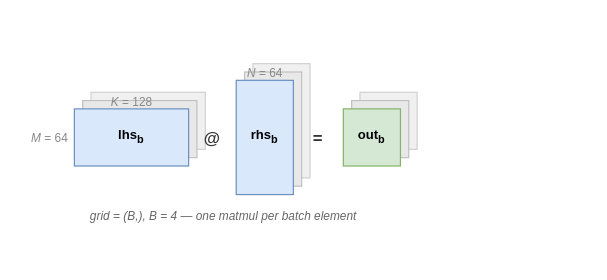
The draw.io diagram images/basics-puzzle10.drawio in vorushin/pallas_puzzles, before the edit. Source tidied: cells renumbered, new cells numbered last; positions are measured from the earlier drawing's top-left corner, leaving out a move shared by most shapes. Both pictures are drawn from the tidied source at 119%, with x=0, y=0 at pixel (24, 58).
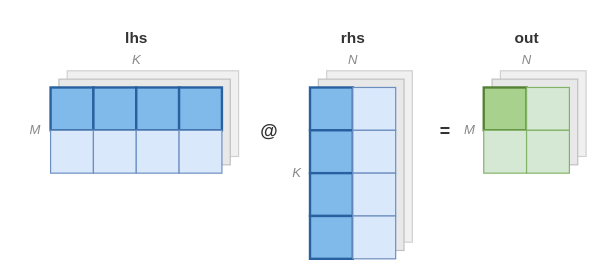
The same diagram, later.

Commit message (it also covers changes not shown here):
basics diagrams: redesign Puzzles 4, 5, 10 with proportional tiles

What changed in the source:
```diff
@@
-    <mxCell id="2" style="rounded=0;fillColor=#f0f0f0;strokeColor=#d0d0d0;" parent="1" vertex="1">
-      <mxGeometry x="56" y="28" width="96" height="48" as="geometry" />
+    <mxCell id="2" value="&lt;b&gt;lhs&lt;/b&gt;" style="text;fontSize=13;fontColor=#333333;align=center;html=1;" parent="1" vertex="1">
+      <mxGeometry x="22" y="-32" width="144" height="20" as="geometry" />
     </mxCell>
-    <mxCell id="3" style="rounded=0;fillColor=#f0f0f0;strokeColor=#d0d0d0;" parent="1" vertex="1">
-      <mxGeometry x="192" y="4" width="48" height="96" as="geometry" />
+    <mxCell id="3" value="&lt;b&gt;rhs&lt;/b&gt;" style="text;fontSize=13;fontColor=#333333;align=center;html=1;" parent="1" vertex="1">
+      <mxGeometry x="240" y="-32" width="72" height="20" as="geometry" />
     </mxCell>
-    <mxCell id="4" style="rounded=0;fillColor=#f0f0f0;strokeColor=#d0d0d0;" parent="1" vertex="1">
-      <mxGeometry x="282" y="28" width="48" height="48" as="geometry" />
+    <mxCell id="4" value="&lt;b&gt;out&lt;/b&gt;" style="text;fontSize=13;fontColor=#333333;align=center;html=1;" parent="1" vertex="1">
+      <mxGeometry x="386" y="-32" width="72" height="20" as="geometry" />
     </mxCell>
-    <mxCell id="5" style="rounded=0;fillColor=#e8e8e8;strokeColor=#c0c0c0;" parent="1" vertex="1">
-      <mxGeometry x="49" y="35" width="96" height="48" as="geometry" />
+    <mxCell id="5" value="&lt;i&gt;K&lt;/i&gt;" style="text;fontSize=11;fontColor=#888888;align=center;html=1;" parent="1" vertex="1">
+      <mxGeometry x="22" y="-12" width="144" height="14" as="geometry" />
     </mxCell>
-    <mxCell id="6" style="rounded=0;fillColor=#e8e8e8;strokeColor=#c0c0c0;" parent="1" vertex="1">
-      <mxGeometry x="185" y="11" width="48" height="96" as="geometry" />
+    <mxCell id="6" value="&lt;i&gt;N&lt;/i&gt;" style="text;fontSize=11;fontColor=#888888;align=center;html=1;" parent="1" vertex="1">
+      <mxGeometry x="240" y="-12" width="72" height="14" as="geometry" />
     </mxCell>
-    <mxCell id="7" style="rounded=0;fillColor=#e8e8e8;strokeColor=#c0c0c0;" parent="1" vertex="1">
-      <mxGeometry x="275" y="35" width="48" height="48" as="geometry" />
+    <mxCell id="7" value="&lt;i&gt;N&lt;/i&gt;" style="text;fontSize=11;fontColor=#888888;align=center;html=1;" parent="1" vertex="1">
+      <mxGeometry x="386" y="-12" width="72" height="14" as="geometry" />
     </mxCell>
-    <mxCell id="8" value="lhs&lt;sub&gt;b&lt;/sub&gt;" style="rounded=0;whiteSpace=wrap;fillColor=#dae8fc;strokeColor=#6c8ebf;fontSize=11;fontStyle=1;html=1;" parent="1" vertex="1">
-      <mxGeometry x="42" y="42" width="96" height="48" as="geometry" />
-    </mxCell>
-    <mxCell id="9" value="rhs&lt;sub&gt;b&lt;/sub&gt;" style="rounded=0;whiteSpace=wrap;fillColor=#dae8fc;strokeColor=#6c8ebf;fontSize=11;fontStyle=1;html=1;" parent="1" vertex="1">
-      <mxGeometry x="178" y="18" width="48" height="96" as="geometry" />
-    </mxCell>
-    <mxCell id="10" value="out&lt;sub&gt;b&lt;/sub&gt;" style="rounded=0;whiteSpace=wrap;fillColor=#d5e8d4;strokeColor=#82b366;fontSize=11;fontStyle=1;html=1;" parent="1" vertex="1">
-      <mxGeometry x="268" y="42" width="48" height="48" as="geometry" />
-    </mxCell>
+    <mxCell id="17" value="&lt;i&gt;M&lt;/i&gt;" style="text;fontSize=11;fontColor=#888888;align=right;verticalAlign=middle;html=1;" parent="1" vertex="1">
+      <mxGeometry x="-3" y="24" width="18" height="72" as="geometry" />
+    </mxCell>
+    <mxCell id="18" value="&lt;i&gt;K&lt;/i&gt;" style="text;fontSize=11;fontColor=#888888;align=right;verticalAlign=middle;html=1;" parent="1" vertex="1">
+      <mxGeometry x="216" y="24" width="18" height="144" as="geometry" />
+    </mxCell>
+    <mxCell id="19" value="&lt;i&gt;M&lt;/i&gt;" style="text;fontSize=11;fontColor=#888888;align=right;verticalAlign=middle;html=1;" parent="1" vertex="1">
+      <mxGeometry x="362" y="24" width="18" height="72" as="geometry" />
+    </mxCell>
+    <mxCell id="20" style="rounded=0;fillColor=#f0f0f0;strokeColor=#d0d0d0;" parent="1" vertex="1">
+      <mxGeometry x="36" y="10" width="144" height="72" as="geometry" />
+    </mxCell>
+    <mxCell id="21" style="rounded=0;fillColor=#f0f0f0;strokeColor=#d0d0d0;" parent="1" vertex="1">
+      <mxGeometry x="254" y="10" width="72" height="144" as="geometry" />
+    </mxCell>
+    <mxCell id="22" style="rounded=0;fillColor=#f0f0f0;strokeColor=#d0d0d0;" parent="1" vertex="1">
+      <mxGeometry x="400" y="10" width="72" height="72" as="geometry" />
+    </mxCell>
+    <mxCell id="23" style="rounded=0;fillColor=#e8e8e8;strokeColor=#c0c0c0;" parent="1" vertex="1">
+      <mxGeometry x="29" y="17" width="144" height="72" as="geometry" />
+    </mxCell>
+    <mxCell id="24" style="rounded=0;fillColor=#e8e8e8;strokeColor=#c0c0c0;" parent="1" vertex="1">
+      <mxGeometry x="247" y="17" width="72" height="144" as="geometry" />
+    </mxCell>
+    <mxCell id="25" style="rounded=0;fillColor=#e8e8e8;strokeColor=#c0c0c0;" parent="1" vertex="1">
+      <mxGeometry x="393" y="17" width="72" height="72" as="geometry" />
+    </mxCell>
+    <mxCell id="26" style="rounded=0;fillColor=#7fbaeb;strokeColor=#2860a0;strokeWidth=2;" parent="1" vertex="1">
+      <mxGeometry x="22" y="24" width="36" height="36" as="geometry" />
+    </mxCell>
+    <mxCell id="27" style="rounded=0;fillColor=#7fbaeb;strokeColor=#2860a0;strokeWidth=2;" parent="1" vertex="1">
+      <mxGeometry x="58" y="24" width="36" height="36" as="geometry" />
+    </mxCell>
+    <mxCell id="28" style="rounded=0;fillColor=#7fbaeb;strokeColor=#2860a0;strokeWidth=2;" parent="1" vertex="1">
+      <mxGeometry x="94" y="24" width="36" height="36" as="geometry" />
+    </mxCell>
+    <mxCell id="29" style="rounded=0;fillColor=#7fbaeb;strokeColor=#2860a0;strokeWidth=2;" parent="1" vertex="1">
+      <mxGeometry x="130" y="24" width="36" height="36" as="geometry" />
+    </mxCell>
+    <mxCell id="30" style="rounded=0;fillColor=#dae8fc;strokeColor=#6c8ebf;" parent="1" vertex="1">
+      <mxGeometry x="22" y="60" width="36" height="36" as="geometry" />
+    </mxCell>
+    <mxCell id="31" style="rounded=0;fillColor=#dae8fc;strokeColor=#6c8ebf;" parent="1" vertex="1">
+      <mxGeometry x="58" y="60" width="36" height="36" as="geometry" />
+    </mxCell>
+    <mxCell id="32" style="rounded=0;fillColor=#dae8fc;strokeColor=#6c8ebf;" parent="1" vertex="1">
+      <mxGeometry x="94" y="60" width="36" height="36" as="geometry" />
+    </mxCell>
+    <mxCell id="33" style="rounded=0;fillColor=#dae8fc;strokeColor=#6c8ebf;" parent="1" vertex="1">
+      <mxGeometry x="130" y="60" width="36" height="36" as="geometry" />
+    </mxCell>
+    <mxCell id="34" style="rounded=0;fillColor=#7fbaeb;strokeColor=#2860a0;strokeWidth=2;" parent="1" vertex="1">
+      <mxGeometry x="240" y="24" width="36" height="36" as="geometry" />
+    </mxCell>
+    <mxCell id="35" style="rounded=0;fillColor=#7fbaeb;strokeColor=#2860a0;strokeWidth=2;" parent="1" vertex="1">
+      <mxGeometry x="240" y="60" width="36" height="36" as="geometry" />
+    </mxCell>
+    <mxCell id="36" style="rounded=0;fillColor=#7fbaeb;strokeColor=#2860a0;strokeWidth=2;" parent="1" vertex="1">
+      <mxGeometry x="240" y="96" width="36" height="36" as="geometry" />
+    </mxCell>
+    <mxCell id="37" style="rounded=0;fillColor=#7fbaeb;strokeColor=#2860a0;strokeWidth=2;" parent="1" vertex="1">
+      <mxGeometry x="240" y="132" width="36" height="36" as="geometry" />
+    </mxCell>
+    <mxCell id="38" style="rounded=0;fillColor=#dae8fc;strokeColor=#6c8ebf;" parent="1" vertex="1">
+      <mxGeometry x="276" y="24" width="36" height="36" as="geometry" />
+    </mxCell>
+    <mxCell id="39" style="rounded=0;fillColor=#dae8fc;strokeColor=#6c8ebf;" parent="1" vertex="1">
+      <mxGeometry x="276" y="60" width="36" height="36" as="geometry" />
+    </mxCell>
+    <mxCell id="40" style="rounded=0;fillColor=#dae8fc;strokeColor=#6c8ebf;" parent="1" vertex="1">
+      <mxGeometry x="276" y="96" width="36" height="36" as="geometry" />
+    </mxCell>
+    <mxCell id="41" style="rounded=0;fillColor=#dae8fc;strokeColor=#6c8ebf;" parent="1" vertex="1">
+      <mxGeometry x="276" y="132" width="36" height="36" as="geometry" />
+    </mxCell>
+    <mxCell id="42" style="rounded=0;fillColor=#a9d18e;strokeColor=#548235;strokeWidth=2;" parent="1" vertex="1">
+      <mxGeometry x="386" y="24" width="36" height="36" as="geometry" />
+    </mxCell>
+    <mxCell id="43" style="rounded=0;fillColor=#d5e8d4;strokeColor=#82b366;" parent="1" vertex="1">
+      <mxGeometry x="422" y="24" width="36" height="36" as="geometry" />
+    </mxCell>
+    <mxCell id="44" style="rounded=0;fillColor=#d5e8d4;strokeColor=#82b366;" parent="1" vertex="1">
+      <mxGeometry x="386" y="60" width="36" height="36" as="geometry" />
+    </mxCell>
+    <mxCell id="45" style="rounded=0;fillColor=#d5e8d4;strokeColor=#82b366;" parent="1" vertex="1">
+      <mxGeometry x="422" y="60" width="36" height="36" as="geometry" />
+    </mxCell>
-    <mxCell id="11" value="@" style="text;fontSize=14;fontColor=#333333;align=center;verticalAlign=middle;fontStyle=1;" parent="1" vertex="1">
-      <mxGeometry x="146" y="54" width="24" height="24" as="geometry" />
+    <mxCell id="11" value="@" style="text;fontSize=15;fontColor=#333333;align=center;verticalAlign=middle;fontStyle=1;" parent="1" vertex="1">
+      <mxGeometry x="194" y="48" width="24" height="24" as="geometry" />
     </mxCell>
-    <mxCell id="12" value="=" style="text;fontSize=14;fontColor=#333333;align=center;verticalAlign=middle;fontStyle=1;" parent="1" vertex="1">
-      <mxGeometry x="235" y="54" width="24" height="24" as="geometry" />
+    <mxCell id="12" value="=" style="text;fontSize=15;fontColor=#333333;align=center;verticalAlign=middle;fontStyle=1;" parent="1" vertex="1">
+      <mxGeometry x="342" y="48" width="24" height="24" as="geometry" />
     </mxCell>
-    <mxCell id="13" value="&lt;i&gt;K&lt;/i&gt; = 128" style="text;fontSize=10;fontColor=#888888;align=center;html=1;" parent="1" vertex="1">
-      <mxGeometry x="42" y="24" width="96" height="16" as="geometry" />
-    </mxCell>
-    <mxCell id="14" value="&lt;i&gt;M&lt;/i&gt; = 64" style="text;fontSize=10;fontColor=#888888;align=right;verticalAlign=middle;html=1;" parent="1" vertex="1">
-      <mxGeometry y="42" width="38" height="48" as="geometry" />
-    </mxCell>
-    <mxCell id="15" value="&lt;i&gt;N&lt;/i&gt; = 64" style="text;fontSize=10;fontColor=#888888;align=center;html=1;" parent="1" vertex="1">
-      <mxGeometry x="178" width="48" height="16" as="geometry" />
-    </mxCell>
-    <mxCell id="16" value="grid = (B,), B = 4 &amp;mdash; one matmul per batch element" style="text;fontSize=10;fontColor=#666666;fontStyle=2;align=center;html=1;" parent="1" vertex="1">
-      <mxGeometry y="120" width="334" height="18" as="geometry" />
-    </mxCell>
```
